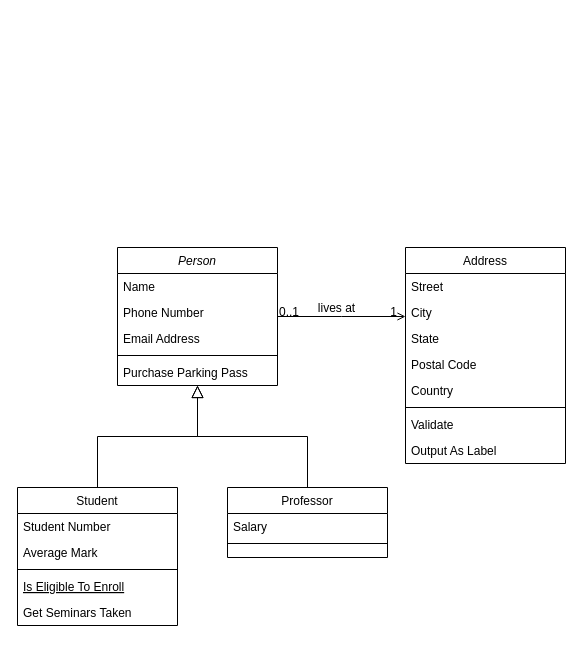
The draw.io diagram Diagramme sans nom.drawio in Adjaro/Projet_Poo, before the edit. Source tidied: cells renumbered, new cells numbered last; positions are measured from the earlier drawing's top-left corner, leaving out a move shared by most shapes. Both pictures are drawn from the tidied source at 100%, with x=0, y=0 at pixel (17, 247).
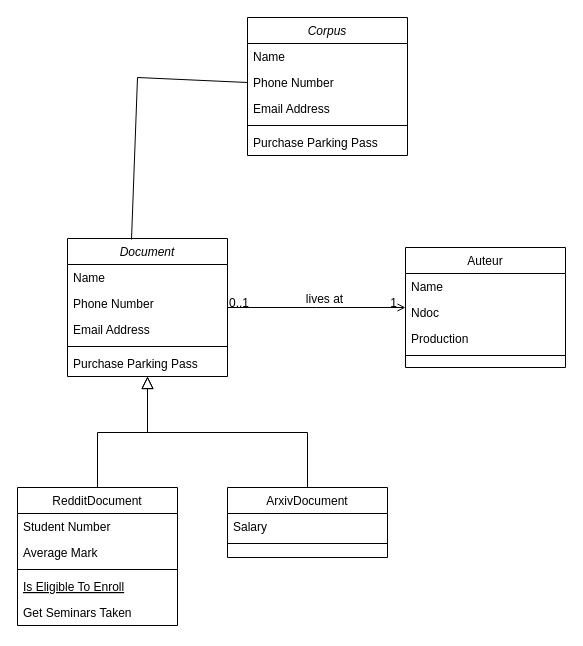
The same page after the edit.

Change to the diagram source:
```diff
@@
-    <mxCell id="2" value="Person" style="swimlane;fontStyle=2;align=center;verticalAlign=top;horizontal=1;startSize=26;rounded=0;shadow=0;strokeWidth=1;" parent="1" vertex="1">
-      <mxGeometry x="100" width="160" height="138" as="geometry" />
+    <mxCell id="2" value="Document" style="swimlane;fontStyle=2;align=center;verticalAlign=top;horizontal=1;startSize=26;rounded=0;shadow=0;strokeWidth=1;" parent="1" vertex="1">
+      <mxGeometry x="50" y="-9" width="160" height="138" as="geometry" />
     </mxCell>
@@
-    <mxCell id="8" value="Student" style="swimlane;fontStyle=0;align=center;verticalAlign=top;horizontal=1;startSize=26;rounded=0;shadow=0;strokeWidth=1;" parent="1" vertex="1">
+    <mxCell id="8" value="RedditDocument" style="swimlane;fontStyle=0;align=center;verticalAlign=top;horizontal=1;startSize=26;rounded=0;shadow=0;strokeWidth=1;" parent="1" vertex="1">
       <mxGeometry y="240" width="160" height="138" as="geometry" />
     </mxCell>
@@
-    <mxCell id="15" value="Professor" style="swimlane;fontStyle=0;align=center;verticalAlign=top;horizontal=1;startSize=26;rounded=0;shadow=0;strokeWidth=1;" parent="1" vertex="1">
+    <mxCell id="15" value="ArxivDocument" style="swimlane;fontStyle=0;align=center;verticalAlign=top;horizontal=1;startSize=26;rounded=0;shadow=0;strokeWidth=1;" parent="1" vertex="1">
       <mxGeometry x="210" y="240" width="160" height="70" as="geometry" />
     </mxCell>
@@
-    <mxCell id="19" value="Address" style="swimlane;fontStyle=0;align=center;verticalAlign=top;horizontal=1;startSize=26;rounded=0;shadow=0;strokeWidth=1;" parent="1" vertex="1">
-      <mxGeometry x="388" width="160" height="216" as="geometry" />
+    <mxCell id="19" value="Auteur" style="swimlane;fontStyle=0;align=center;verticalAlign=top;horizontal=1;startSize=26;rounded=0;shadow=0;strokeWidth=1;" parent="1" vertex="1">
+      <mxGeometry x="388" width="160" height="120" as="geometry" />
     </mxCell>
-    <mxCell id="20" value="Street" style="text;align=left;verticalAlign=top;spacingLeft=4;spacingRight=4;overflow=hidden;" parent="19" vertex="1">
+    <mxCell id="20" value="Name" style="text;align=left;verticalAlign=top;spacingLeft=4;spacingRight=4;overflow=hidden;" parent="19" vertex="1">
       <mxGeometry y="26" width="160" height="26" as="geometry" />
     </mxCell>
-    <mxCell id="21" value="City" style="text;align=left;verticalAlign=top;spacingLeft=4;spacingRight=4;overflow=hidden;rounded=0;shadow=0;html=0;" parent="19" vertex="1">
+    <mxCell id="21" value="Ndoc" style="text;align=left;verticalAlign=top;spacingLeft=4;spacingRight=4;overflow=hidden;rounded=0;shadow=0;html=0;" parent="19" vertex="1">
       <mxGeometry y="52" width="160" height="26" as="geometry" />
     </mxCell>
-    <mxCell id="22" value="State" style="text;align=left;verticalAlign=top;spacingLeft=4;spacingRight=4;overflow=hidden;rounded=0;shadow=0;html=0;" parent="19" vertex="1">
+    <mxCell id="22" value="Production" style="text;align=left;verticalAlign=top;spacingLeft=4;spacingRight=4;overflow=hidden;rounded=0;shadow=0;html=0;" parent="19" vertex="1">
       <mxGeometry y="78" width="160" height="26" as="geometry" />
     </mxCell>
-    <mxCell id="23" value="Postal Code" style="text;align=left;verticalAlign=top;spacingLeft=4;spacingRight=4;overflow=hidden;rounded=0;shadow=0;html=0;" parent="19" vertex="1">
-      <mxGeometry y="104" width="160" height="26" as="geometry" />
-    </mxCell>
-    <mxCell id="24" value="Country" style="text;align=left;verticalAlign=top;spacingLeft=4;spacingRight=4;overflow=hidden;rounded=0;shadow=0;html=0;" parent="19" vertex="1">
-      <mxGeometry y="130" width="160" height="26" as="geometry" />
-    </mxCell>
     <mxCell id="25" style="line;html=1;strokeWidth=1;align=left;verticalAlign=middle;spacingTop=-1;spacingLeft=3;spacingRight=3;labelPosition=right;" parent="19" vertex="1">
-      <mxGeometry y="156" width="160" height="8" as="geometry" />
+      <mxGeometry y="104" width="160" height="8" as="geometry" />
     </mxCell>
-    <mxCell id="26" value="Validate" style="text;align=left;verticalAlign=top;spacingLeft=4;spacingRight=4;overflow=hidden;" parent="19" vertex="1">
-      <mxGeometry y="164" width="160" height="26" as="geometry" />
-    </mxCell>
-    <mxCell id="27" value="Output As Label" style="text;align=left;verticalAlign=top;spacingLeft=4;spacingRight=4;overflow=hidden;" parent="19" vertex="1">
-      <mxGeometry y="190" width="160" height="26" as="geometry" />
-    </mxCell>
@@
+    <mxCell id="32" value="Corpus" style="swimlane;fontStyle=2;align=center;verticalAlign=top;horizontal=1;startSize=26;rounded=0;shadow=0;strokeWidth=1;" parent="1" vertex="1">
+      <mxGeometry x="230" y="-230" width="160" height="138" as="geometry" />
+    </mxCell>
+    <mxCell id="33" value="Name" style="text;align=left;verticalAlign=top;spacingLeft=4;spacingRight=4;overflow=hidden;" parent="32" vertex="1">
+      <mxGeometry y="26" width="160" height="26" as="geometry" />
+    </mxCell>
+    <mxCell id="34" value="Phone Number" style="text;align=left;verticalAlign=top;spacingLeft=4;spacingRight=4;overflow=hidden;points=[[0,0.5],[1,0.5]];portConstraint=eastwest;rounded=0;shadow=0;html=0;" parent="32" vertex="1">
+      <mxGeometry y="52" width="160" height="26" as="geometry" />
+    </mxCell>
+    <mxCell id="35" value="Email Address" style="text;align=left;verticalAlign=top;spacingLeft=4;spacingRight=4;overflow=hidden;rounded=0;shadow=0;html=0;" parent="32" vertex="1">
+      <mxGeometry y="78" width="160" height="26" as="geometry" />
+    </mxCell>
+    <mxCell id="36" style="line;html=1;strokeWidth=1;align=left;verticalAlign=middle;spacingTop=-1;spacingLeft=3;spacingRight=3;labelPosition=right;" parent="32" vertex="1">
+      <mxGeometry y="104" width="160" height="8" as="geometry" />
+    </mxCell>
+    <mxCell id="37" value="Purchase Parking Pass" style="text;align=left;verticalAlign=top;spacingLeft=4;spacingRight=4;overflow=hidden;" parent="32" vertex="1">
+      <mxGeometry y="112" width="160" height="26" as="geometry" />
+    </mxCell>
+    <mxCell id="38" style="endArrow=none;html=1;rounded=0;exitX=0.4;exitY=0.007;exitDx=0;exitDy=0;exitPerimeter=0;entryX=0;entryY=0.5;entryDx=0;entryDy=0;" parent="1" edge="1" source="2" target="34">
+      <mxGeometry relative="1" as="geometry">
+        <Array as="points">
+          <mxPoint x="120" y="-170" />
+        </Array>
+      </mxGeometry>
+    </mxCell>
```
